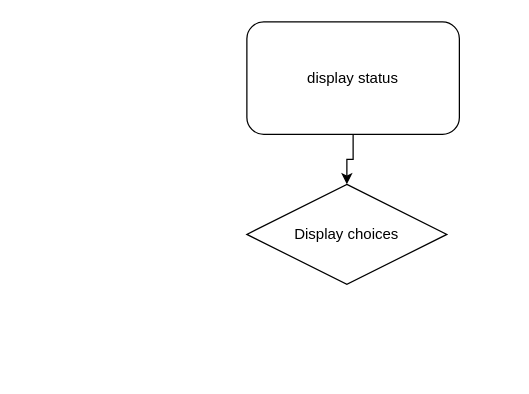
This is Untitled Diagram.drawio from IP2312/Java, a draw.io file, before an edit. Source tidied: cells renumbered, new cells numbered last; positions are measured from the earlier drawing's top-left corner, leaving out a move shared by most shapes. Both pictures are drawn from the tidied source at 125%, with x=0, y=0 at pixel (246, 21).
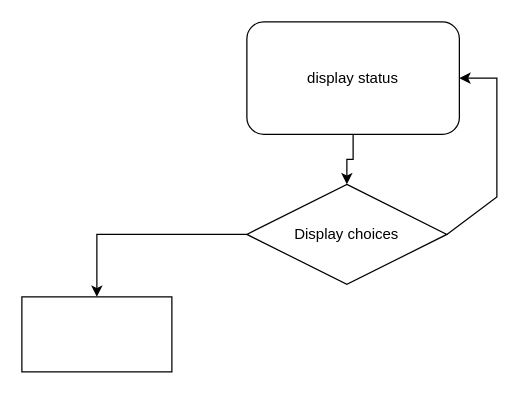
After the change.

Change to the diagram source:
```diff
@@
 <mxGraphModel>
   <root>
     <mxCell id="0" />
     <mxCell id="1" parent="0" />
     <mxCell id="2" style="edgeStyle=orthogonalEdgeStyle;rounded=0;jettySize=auto;html=1;" parent="1" edge="1" source="3" target="4">
       <mxGeometry relative="1" as="geometry" />
     </mxCell>
     <mxCell id="3" value="display status" style="rounded=1;whiteSpace=wrap;html=1;fontSize=12;glass=0;strokeWidth=1;shadow=0;" parent="1" vertex="1">
       <mxGeometry width="170" height="90" as="geometry" />
     </mxCell>
+    <mxCell id="5" style="edgeStyle=orthogonalEdgeStyle;rounded=0;jettySize=auto;html=1;" parent="1" edge="1" source="4" target="6">
+      <mxGeometry relative="1" as="geometry" />
+    </mxCell>
     <mxCell id="4" value="Display choices" style="rhombus;whiteSpace=wrap;html=1;" parent="1" vertex="1">
       <mxGeometry y="130" width="160" height="80" as="geometry" />
     </mxCell>
+    <mxCell id="6" style="whiteSpace=wrap;html=1;" parent="1" vertex="1">
+      <mxGeometry x="-180" y="220" width="120" height="60" as="geometry" />
+    </mxCell>
+    <mxCell id="7" style="endArrow=classic;html=1;rounded=0;exitX=1;exitY=0.5;exitDx=0;exitDy=0;entryX=1;entryY=0.5;entryDx=0;entryDy=0;" parent="1" edge="1" source="4" target="3">
+      <mxGeometry relative="1" as="geometry">
+        <Array as="points">
+          <mxPoint x="200" y="140" />
+          <mxPoint x="200" y="45" />
+        </Array>
+      </mxGeometry>
+    </mxCell>
   </root>
 </mxGraphModel>
```
